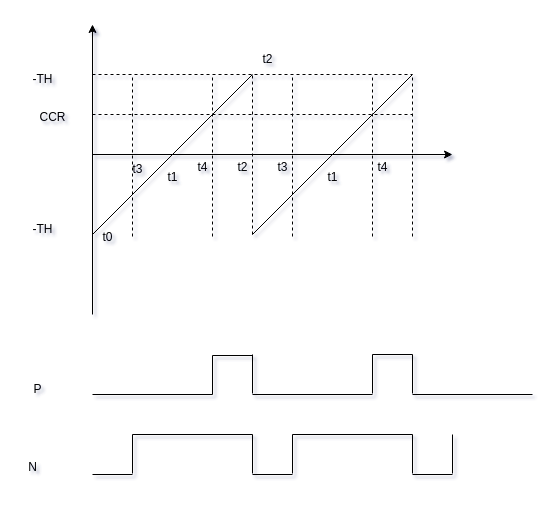
Earlier version of the draw.io diagram page "边沿对齐" (1 of 6) of 电驱芯片外设介绍.drawio (Vinson-001/Blog-flow-chart). Source tidied: cells renumbered, new cells numbered last; positions are measured from the earlier drawing's top-left corner, leaving out a move shared by most shapes. Both pictures are drawn from the tidied source at 100%, with x=0, y=0 at pixel (17, 24).
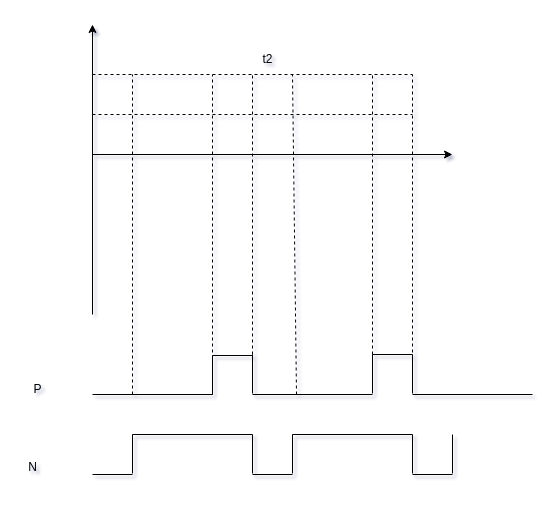
The same diagram, later.

Diff of the diagram source:
```diff
@@
-    <mxCell id="4" value="-TH" style="text;html=1;align=center;verticalAlign=middle;strokeColor=none;fillColor=none;" parent="1" vertex="1">
-      <mxGeometry x="5" y="190" width="40" height="30" as="geometry" />
-    </mxCell>
-    <mxCell id="5" value="-TH" style="text;html=1;align=center;verticalAlign=middle;strokeColor=none;fillColor=none;" parent="1" vertex="1">
-      <mxGeometry x="5" y="40" width="40" height="30" as="geometry" />
-    </mxCell>
-    <mxCell id="6" value="t0" style="text;html=1;align=center;verticalAlign=middle;strokeColor=none;fillColor=none;" parent="1" vertex="1">
-      <mxGeometry x="75" y="198" width="30" height="30" as="geometry" />
-    </mxCell>
-    <mxCell id="7" style="endArrow=none;html=1;rounded=0;" parent="1" edge="1">
-      <mxGeometry relative="1" as="geometry">
-        <mxPoint x="75" y="210" as="sourcePoint" />
-        <mxPoint x="235" y="50" as="targetPoint" />
-      </mxGeometry>
-    </mxCell>
-    <mxCell id="8" value="t1" style="text;html=1;align=center;verticalAlign=middle;strokeColor=none;fillColor=none;" parent="1" vertex="1">
-      <mxGeometry x="140" y="138" width="30" height="30" as="geometry" />
-    </mxCell>
@@
     <mxCell id="10" style="endArrow=none;html=1;rounded=0;dashed=1;" parent="1" edge="1">
       <mxGeometry relative="1" as="geometry">
-        <mxPoint x="235" y="210" as="sourcePoint" />
+        <mxPoint x="235" y="330" as="sourcePoint" />
         <mxPoint x="235" y="48" as="targetPoint" />
       </mxGeometry>
     </mxCell>
@@
-    <mxCell id="13" value="CCR" style="text;html=1;align=center;verticalAlign=middle;strokeColor=none;fillColor=none;" parent="1" vertex="1">
-      <mxGeometry x="10" y="78" width="50" height="30" as="geometry" />
-    </mxCell>
@@
-    <mxCell id="17" style="endArrow=none;html=1;rounded=0;" parent="1" edge="1">
-      <mxGeometry relative="1" as="geometry">
-        <mxPoint x="235" y="210" as="sourcePoint" />
-        <mxPoint x="395" y="50" as="targetPoint" />
-      </mxGeometry>
-    </mxCell>
@@
     <mxCell id="19" style="endArrow=none;html=1;rounded=0;dashed=1;" parent="1" edge="1">
       <mxGeometry relative="1" as="geometry">
-        <mxPoint x="115" y="212" as="sourcePoint" />
+        <mxPoint x="115" y="370" as="sourcePoint" />
         <mxPoint x="115" y="50" as="targetPoint" />
       </mxGeometry>
     </mxCell>
@@
-    <mxCell id="24" value="t3" style="text;html=1;align=center;verticalAlign=middle;strokeColor=none;fillColor=none;" parent="1" vertex="1">
-      <mxGeometry x="105" y="130" width="30" height="30" as="geometry" />
-    </mxCell>
     <mxCell id="25" style="endArrow=none;html=1;rounded=0;dashed=1;" parent="1" edge="1">
       <mxGeometry relative="1" as="geometry">
-        <mxPoint x="195" y="212" as="sourcePoint" />
+        <mxPoint x="195" y="370" as="sourcePoint" />
         <mxPoint x="195" y="50" as="targetPoint" />
       </mxGeometry>
     </mxCell>
-    <mxCell id="26" value="t4" style="text;html=1;align=center;verticalAlign=middle;strokeColor=none;fillColor=none;" parent="1" vertex="1">
-      <mxGeometry x="170" y="128" width="30" height="30" as="geometry" />
-    </mxCell>
@@
     <mxCell id="40" style="endArrow=none;html=1;rounded=0;dashed=1;" parent="1" edge="1">
       <mxGeometry relative="1" as="geometry">
-        <mxPoint x="275" y="212" as="sourcePoint" />
+        <mxPoint x="279" y="370" as="sourcePoint" />
         <mxPoint x="275" y="50" as="targetPoint" />
       </mxGeometry>
     </mxCell>
     <mxCell id="41" style="endArrow=none;html=1;rounded=0;dashed=1;" parent="1" edge="1">
       <mxGeometry relative="1" as="geometry">
-        <mxPoint x="355" y="212" as="sourcePoint" />
+        <mxPoint x="355" y="330" as="sourcePoint" />
         <mxPoint x="355" y="50" as="targetPoint" />
       </mxGeometry>
     </mxCell>
     <mxCell id="42" style="endArrow=none;html=1;rounded=0;dashed=1;" parent="1" edge="1">
       <mxGeometry relative="1" as="geometry">
-        <mxPoint x="395" y="212" as="sourcePoint" />
+        <mxPoint x="395" y="340" as="sourcePoint" />
         <mxPoint x="395" y="50" as="targetPoint" />
       </mxGeometry>
     </mxCell>
-    <mxCell id="43" value="t2" style="text;html=1;align=center;verticalAlign=middle;strokeColor=none;fillColor=none;" parent="1" vertex="1">
-      <mxGeometry x="210" y="128" width="30" height="30" as="geometry" />
-    </mxCell>
-    <mxCell id="44" value="t3" style="text;html=1;align=center;verticalAlign=middle;strokeColor=none;fillColor=none;" parent="1" vertex="1">
-      <mxGeometry x="250" y="128" width="30" height="30" as="geometry" />
-    </mxCell>
-    <mxCell id="45" value="t1" style="text;html=1;align=center;verticalAlign=middle;strokeColor=none;fillColor=none;" parent="1" vertex="1">
-      <mxGeometry x="300" y="138" width="30" height="30" as="geometry" />
-    </mxCell>
-    <mxCell id="46" value="t4" style="text;html=1;align=center;verticalAlign=middle;strokeColor=none;fillColor=none;" parent="1" vertex="1">
-      <mxGeometry x="350" y="128" width="30" height="30" as="geometry" />
-    </mxCell>
```
